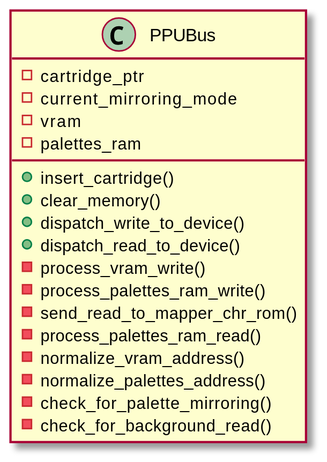
Earlier version of the PlantUML export doc/ppu_bus/ppu_bus.svg (Enigma717/yume-nes).
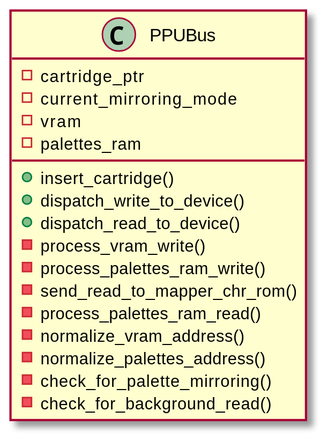
The same diagram one commit later.

Change to the diagram source:
```diff
@@ -9,7 +9,6 @@
 - palettes_ram
 
 + insert_cartridge()
-+ clear_memory()
 + dispatch_write_to_device()
 + dispatch_read_to_device()
 - process_vram_write()
```
